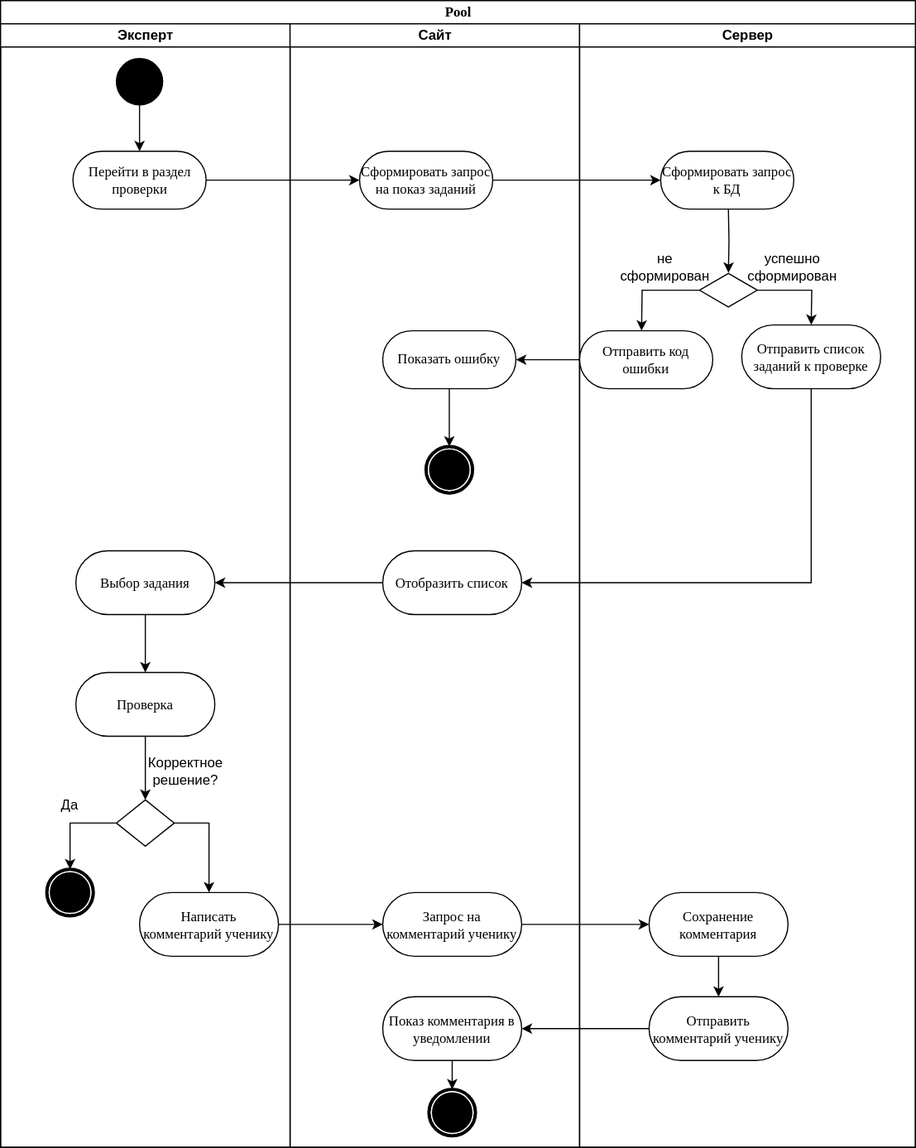
eencoree/CourseNavigator keeps this draw.io diagram as functional_requirements/expert.svg. Above is the earlier version. Source tidied: cells renumbered, new cells last; positions are measured from the earlier drawing's top-left corner, leaving out a move shared by most shapes.
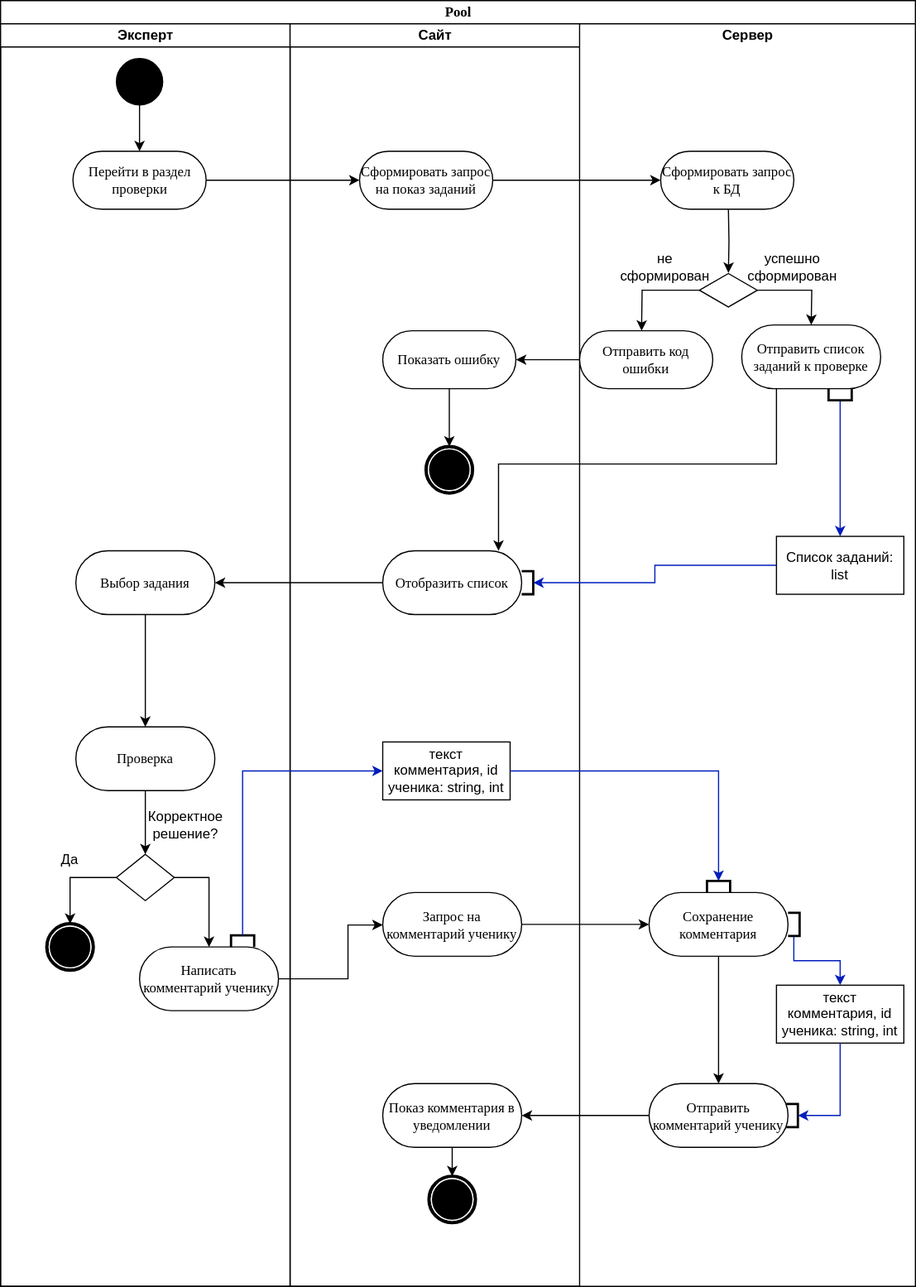
The same diagram one commit later.

Change to the diagram source:
```diff
@@ -3,10 +3,10 @@
     <mxCell id="0" />
     <mxCell id="1" parent="0" />
     <mxCell id="2" value="Pool" style="swimlane;html=1;startSize=20;rounded=0;shadow=0;comic=0;labelBackgroundColor=none;strokeWidth=1;fontFamily=Verdana;fontSize=12;align=center;" parent="1" vertex="1">
-      <mxGeometry width="790" height="990" as="geometry" />
+      <mxGeometry width="790" height="1110" as="geometry" />
     </mxCell>
     <mxCell id="3" value="Эксперт" style="swimlane;html=1;startSize=20;" parent="2" vertex="1">
-      <mxGeometry y="20" width="250" height="970" as="geometry" />
+      <mxGeometry y="20" width="250" height="1090" as="geometry" />
     </mxCell>
     <mxCell id="4" value="Перейти в раздел проверки" style="rounded=1;whiteSpace=wrap;html=1;shadow=0;comic=0;labelBackgroundColor=none;strokeWidth=1;fontFamily=Verdana;fontSize=12;align=center;arcSize=50;" parent="3" vertex="1">
       <mxGeometry x="62.5" y="110" width="115" height="50" as="geometry" />
@@ -27,7 +27,7 @@
       <mxGeometry relative="1" as="geometry" />
     </mxCell>
     <mxCell id="10" value="Проверка" style="rounded=1;whiteSpace=wrap;html=1;shadow=0;comic=0;labelBackgroundColor=none;strokeWidth=1;fontFamily=Verdana;fontSize=12;align=center;arcSize=50;" parent="3" vertex="1">
-      <mxGeometry x="65" y="560" width="120" height="55" as="geometry" />
+      <mxGeometry x="65" y="607" width="120" height="55" as="geometry" />
     </mxCell>
     <mxCell id="11" style="edgeStyle=orthogonalEdgeStyle;rounded=0;jettySize=auto;html=1;exitX=0;exitY=0.5;exitDx=0;exitDy=0;entryX=0.5;entryY=0;entryDx=0;entryDy=0;" parent="3" edge="1" source="13" target="15">
       <mxGeometry relative="1" as="geometry" />
@@ -36,22 +36,25 @@
       <mxGeometry relative="1" as="geometry" />
     </mxCell>
     <mxCell id="13" style="rhombus;whiteSpace=wrap;html=1;" parent="3" vertex="1">
-      <mxGeometry x="100" y="670" width="50" height="40" as="geometry" />
+      <mxGeometry x="100" y="717" width="50" height="40" as="geometry" />
     </mxCell>
     <mxCell id="14" value="Корректное решение?" style="text;html=1;strokeColor=none;fillColor=none;align=center;verticalAlign=middle;whiteSpace=wrap;rounded=0;" parent="3" vertex="1">
-      <mxGeometry x="130" y="630" width="60" height="30" as="geometry" />
+      <mxGeometry x="130" y="677" width="60" height="30" as="geometry" />
     </mxCell>
     <mxCell id="15" style="shape=mxgraph.bpmn.shape;html=1;verticalLabelPosition=bottom;labelBackgroundColor=#ffffff;verticalAlign=top;perimeter=ellipsePerimeter;outline=end;symbol=terminate;rounded=0;shadow=0;comic=0;strokeWidth=1;fontFamily=Verdana;fontSize=12;align=center;" parent="3" vertex="1">
-      <mxGeometry x="40" y="730" width="40" height="40" as="geometry" />
+      <mxGeometry x="40" y="777" width="40" height="40" as="geometry" />
     </mxCell>
     <mxCell id="16" value="Да" style="text;html=1;strokeColor=none;fillColor=none;align=center;verticalAlign=middle;whiteSpace=wrap;rounded=0;" parent="3" vertex="1">
-      <mxGeometry x="30" y="660" width="60" height="30" as="geometry" />
+      <mxGeometry x="30" y="707" width="60" height="30" as="geometry" />
     </mxCell>
     <mxCell id="17" value="Написать комментарий ученику" style="rounded=1;whiteSpace=wrap;html=1;shadow=0;comic=0;labelBackgroundColor=none;strokeWidth=1;fontFamily=Verdana;fontSize=12;align=center;arcSize=50;" parent="3" vertex="1">
-      <mxGeometry x="120" y="750" width="120" height="55" as="geometry" />
+      <mxGeometry x="120" y="797" width="120" height="55" as="geometry" />
     </mxCell>
+    <mxCell id="50" style="strokeWidth=2;html=1;shape=mxgraph.flowchart.annotation_1;align=left;rotation=90;" parent="3" vertex="1">
+      <mxGeometry x="204" y="782" width="10" height="20" as="geometry" />
+    </mxCell>
     <mxCell id="18" value="Сайт" style="swimlane;html=1;startSize=20;" parent="2" vertex="1">
-      <mxGeometry x="250" y="20" width="250" height="970" as="geometry" />
+      <mxGeometry x="250" y="20" width="250" height="1090" as="geometry" />
     </mxCell>
     <mxCell id="19" style="html=1;whiteSpace=wrap;shape=isoRectangle;" parent="18" vertex="1">
       <mxGeometry x="100" y="270" width="50" height="30" as="geometry" />
@@ -69,26 +72,25 @@
       <mxGeometry relative="1" as="geometry" />
     </mxCell>
     <mxCell id="24" value="Показ комментария в уведомлении" style="rounded=1;whiteSpace=wrap;html=1;shadow=0;comic=0;labelBackgroundColor=none;strokeWidth=1;fontFamily=Verdana;fontSize=12;align=center;arcSize=50;" parent="18" vertex="1">
-      <mxGeometry x="80" y="840" width="120" height="55" as="geometry" />
+      <mxGeometry x="80" y="915" width="120" height="55" as="geometry" />
     </mxCell>
     <mxCell id="25" style="shape=mxgraph.bpmn.shape;html=1;verticalLabelPosition=bottom;labelBackgroundColor=#ffffff;verticalAlign=top;perimeter=ellipsePerimeter;outline=end;symbol=terminate;rounded=0;shadow=0;comic=0;strokeWidth=1;fontFamily=Verdana;fontSize=12;align=center;" parent="18" vertex="1">
-      <mxGeometry x="120" y="920" width="40" height="40" as="geometry" />
+      <mxGeometry x="120" y="995" width="40" height="40" as="geometry" />
     </mxCell>
+    <mxCell id="51" style="strokeWidth=2;html=1;shape=mxgraph.flowchart.annotation_1;align=left;rotation=-180;" parent="18" vertex="1">
+      <mxGeometry x="200" y="472.5" width="10" height="20" as="geometry" />
+    </mxCell>
+    <mxCell id="52" value="текст комментария, id ученика: string, int" style="html=1;whiteSpace=wrap;" parent="18" vertex="1">
+      <mxGeometry x="80" y="620" width="110" height="50" as="geometry" />
+    </mxCell>
     <mxCell id="26" style="edgeStyle=orthogonalEdgeStyle;rounded=0;jettySize=auto;html=1;" parent="2" edge="1" source="4" target="20">
       <mxGeometry relative="1" as="geometry" />
     </mxCell>
     <mxCell id="27" style="edgeStyle=orthogonalEdgeStyle;rounded=0;jettySize=auto;html=1;entryX=0;entryY=0.5;entryDx=0;entryDy=0;" parent="2" edge="1" source="20" target="30">
       <mxGeometry relative="1" as="geometry" />
     </mxCell>
-    <mxCell id="28" style="edgeStyle=orthogonalEdgeStyle;rounded=0;jettySize=auto;html=1;entryX=1;entryY=0.5;entryDx=0;entryDy=0;" parent="2" edge="1" source="42" target="21">
-      <mxGeometry relative="1" as="geometry">
-        <Array as="points">
-          <mxPoint x="700" y="503" />
-        </Array>
-      </mxGeometry>
-    </mxCell>
-    <mxCell id="29" value="Сервер" style="swimlane;html=1;startSize=20;" parent="2" vertex="1">
-      <mxGeometry x="500" y="20" width="290" height="970" as="geometry" />
+    <mxCell id="29" value="Сервер" style="swimlane;html=1;startSize=20;opacity=0;" parent="2" vertex="1">
+      <mxGeometry x="500" y="20" width="290" height="1090" as="geometry" />
     </mxCell>
     <mxCell id="30" value="Сформировать запрос к БД" style="rounded=1;whiteSpace=wrap;html=1;shadow=0;comic=0;labelBackgroundColor=none;strokeWidth=1;fontFamily=Verdana;fontSize=12;align=center;arcSize=50;" parent="29" vertex="1">
       <mxGeometry x="70" y="110" width="115" height="50" as="geometry" />
@@ -142,13 +144,45 @@
       <mxGeometry x="60" y="750" width="120" height="55" as="geometry" />
     </mxCell>
     <mxCell id="45" value="Отправить комментарий ученику" style="rounded=1;whiteSpace=wrap;html=1;shadow=0;comic=0;labelBackgroundColor=none;strokeWidth=1;fontFamily=Verdana;fontSize=12;align=center;arcSize=50;" parent="29" vertex="1">
-      <mxGeometry x="60" y="840" width="120" height="55" as="geometry" />
+      <mxGeometry x="60" y="915" width="120" height="55" as="geometry" />
     </mxCell>
+    <mxCell id="53" style="edgeStyle=orthogonalEdgeStyle;rounded=0;jettySize=auto;html=1;exitX=0;exitY=0.5;exitDx=0;exitDy=0;exitPerimeter=0;entryX=0.5;entryY=0;entryDx=0;entryDy=0;fillColor=#0050ef;strokeColor=#001DBC;" parent="29" edge="1" source="54" target="55">
+      <mxGeometry relative="1" as="geometry" />
+    </mxCell>
+    <mxCell id="54" style="strokeWidth=2;html=1;shape=mxgraph.flowchart.annotation_1;align=left;rotation=-90;" parent="29" vertex="1">
+      <mxGeometry x="220" y="310" width="10" height="20" as="geometry" />
+    </mxCell>
+    <mxCell id="55" value="Список заданий: list" style="html=1;whiteSpace=wrap;" parent="29" vertex="1">
+      <mxGeometry x="170" y="442.5" width="110" height="50" as="geometry" />
+    </mxCell>
+    <mxCell id="56" style="strokeWidth=2;html=1;shape=mxgraph.flowchart.annotation_1;align=left;rotation=90;" parent="29" vertex="1">
+      <mxGeometry x="115" y="735" width="10" height="20" as="geometry" />
+    </mxCell>
+    <mxCell id="57" value="текст комментария, id ученика: string, int" style="html=1;whiteSpace=wrap;" parent="29" vertex="1">
+      <mxGeometry x="170" y="830" width="110" height="50" as="geometry" />
+    </mxCell>
+    <mxCell id="58" style="edgeStyle=orthogonalEdgeStyle;rounded=0;jettySize=auto;html=1;entryX=0.5;entryY=0;entryDx=0;entryDy=0;fillColor=#0050ef;strokeColor=#001DBC;" parent="29" edge="1" source="59" target="57">
+      <mxGeometry relative="1" as="geometry" />
+    </mxCell>
+    <mxCell id="59" style="strokeWidth=2;html=1;shape=mxgraph.flowchart.annotation_1;align=left;rotation=-180;" parent="29" vertex="1">
+      <mxGeometry x="180" y="767.5" width="10" height="20" as="geometry" />
+    </mxCell>
+    <mxCell id="60" style="strokeWidth=2;html=1;shape=mxgraph.flowchart.annotation_1;align=left;rotation=-180;" parent="29" vertex="1">
+      <mxGeometry x="178.5" y="932.5" width="10" height="20" as="geometry" />
+    </mxCell>
+    <mxCell id="61" style="edgeStyle=orthogonalEdgeStyle;rounded=0;jettySize=auto;html=1;exitX=0.5;exitY=1;exitDx=0;exitDy=0;entryX=0;entryY=0.5;entryDx=0;entryDy=0;entryPerimeter=0;fillColor=#0050ef;strokeColor=#001DBC;" parent="29" edge="1" source="57" target="60">
+      <mxGeometry relative="1" as="geometry" />
+    </mxCell>
     <mxCell id="46" style="edgeStyle=orthogonalEdgeStyle;rounded=0;jettySize=auto;html=1;" parent="2" edge="1" source="21" target="8">
       <mxGeometry relative="1" as="geometry" />
     </mxCell>
-    <mxCell id="47" style="edgeStyle=orthogonalEdgeStyle;rounded=0;jettySize=auto;html=1;" parent="2" edge="1" source="17" target="22">
-      <mxGeometry relative="1" as="geometry" />
+    <mxCell id="47" style="edgeStyle=orthogonalEdgeStyle;rounded=0;jettySize=auto;html=1;exitX=1;exitY=0.5;exitDx=0;exitDy=0;" parent="2" edge="1" source="17" target="22">
+      <mxGeometry relative="1" as="geometry">
+        <Array as="points">
+          <mxPoint x="300" y="845" />
+          <mxPoint x="300" y="798" />
+        </Array>
+      </mxGeometry>
     </mxCell>
     <mxCell id="48" style="edgeStyle=orthogonalEdgeStyle;rounded=0;jettySize=auto;html=1;" parent="2" edge="1" source="22" target="44">
       <mxGeometry relative="1" as="geometry" />
@@ -156,5 +190,26 @@
     <mxCell id="49" style="edgeStyle=orthogonalEdgeStyle;rounded=0;jettySize=auto;html=1;entryX=1;entryY=0.5;entryDx=0;entryDy=0;" parent="2" edge="1" source="45" target="24">
       <mxGeometry relative="1" as="geometry" />
     </mxCell>
+    <mxCell id="62" style="edgeStyle=orthogonalEdgeStyle;rounded=0;jettySize=auto;html=1;entryX=0;entryY=0.5;entryDx=0;entryDy=0;entryPerimeter=0;fillColor=#0050ef;strokeColor=#001DBC;" parent="2" edge="1" source="55" target="51">
+      <mxGeometry relative="1" as="geometry" />
+    </mxCell>
+    <mxCell id="28" style="edgeStyle=orthogonalEdgeStyle;rounded=0;jettySize=auto;html=1;" parent="2" edge="1" source="42" target="21">
+      <mxGeometry relative="1" as="geometry">
+        <Array as="points">
+          <mxPoint x="670" y="400" />
+          <mxPoint x="430" y="400" />
+        </Array>
+      </mxGeometry>
+    </mxCell>
+    <mxCell id="63" style="edgeStyle=orthogonalEdgeStyle;rounded=0;jettySize=auto;html=1;entryX=0;entryY=0.5;entryDx=0;entryDy=0;exitX=0;exitY=0.5;exitDx=0;exitDy=0;exitPerimeter=0;fillColor=#0050ef;strokeColor=#001DBC;" parent="2" edge="1" source="50" target="52">
+      <mxGeometry relative="1" as="geometry">
+        <Array as="points">
+          <mxPoint x="209" y="665" />
+        </Array>
+      </mxGeometry>
+    </mxCell>
+    <mxCell id="64" style="edgeStyle=orthogonalEdgeStyle;rounded=0;jettySize=auto;html=1;entryX=0;entryY=0.5;entryDx=0;entryDy=0;entryPerimeter=0;fillColor=#0050ef;strokeColor=#001DBC;" parent="2" edge="1" source="52" target="56">
+      <mxGeometry relative="1" as="geometry" />
+    </mxCell>
   </root>
 </mxGraphModel>
```
